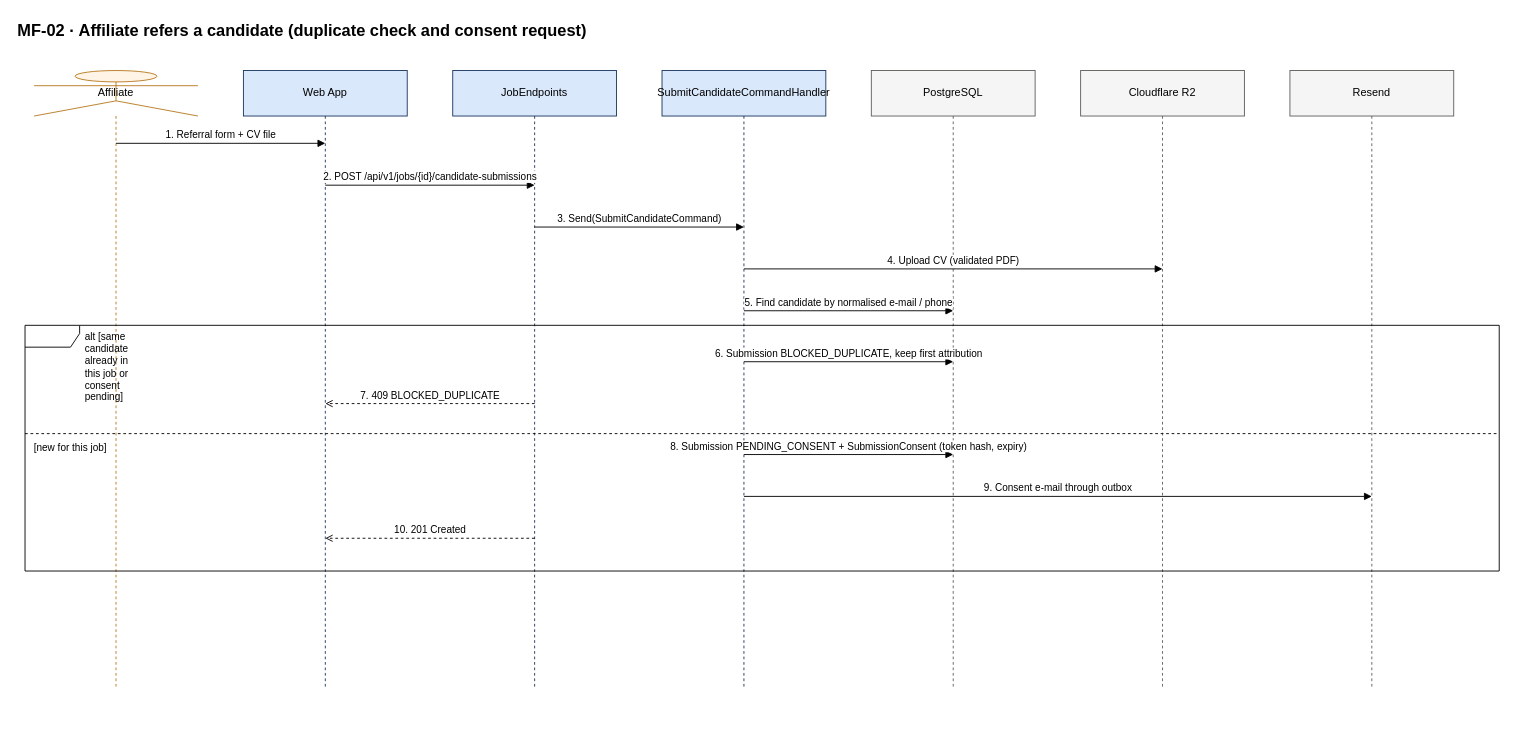
The draw.io diagram docs/diagrams/sequences/source/seq-mf02-affiliate-referral.drawio in hoangqui794/hr-connect, before the edit. Source tidied: cells renumbered, new cells numbered last; positions are measured from the earlier drawing's top-left corner, leaving out a move shared by most shapes. Both pictures are drawn from the tidied source at 91%, with x=0, y=0 at pixel (15, 15).
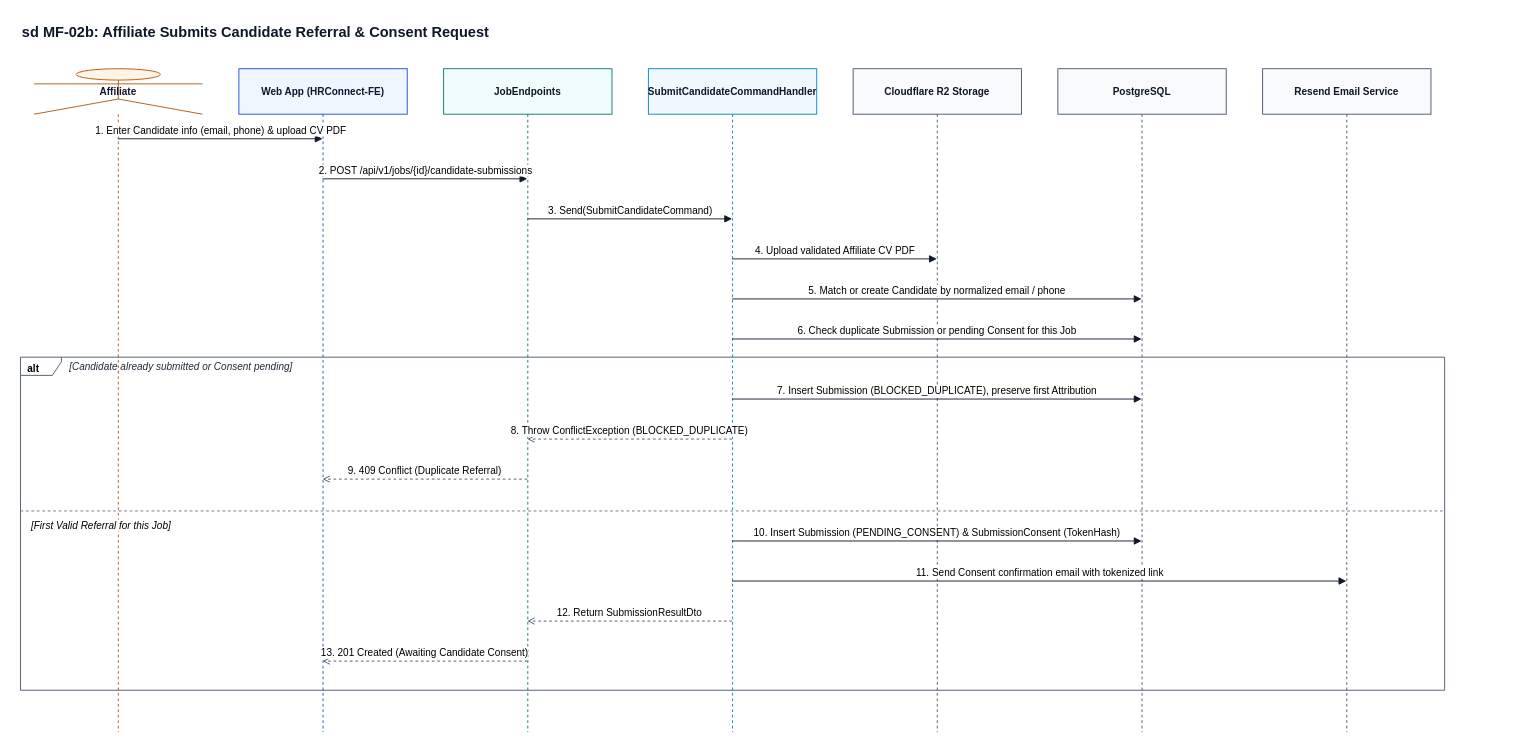
After the change.

Diff of the diagram source:
```diff
@@
-    <mxCell id="2" value="MF-02 · Affiliate refers a candidate (duplicate check and consent request)" style="text;html=1;fontSize=18;fontStyle=1;align=left;" parent="1" vertex="1">
-      <mxGeometry width="1650" height="30" as="geometry" />
+    <mxCell id="2" value="sd MF-02b: Affiliate Submits Candidate Referral &amp; Consent Request" style="text;html=1;fontSize=16;fontStyle=1;align=left;fontFamily=Helvetica;fontColor=#0F172A;" parent="1" vertex="1">
+      <mxGeometry x="5" y="2" width="1575" height="28" as="geometry" />
     </mxCell>
-    <mxCell id="3" value="Affiliate" style="shape=umlLifeline;participant=umlActor;perimeter=lifelinePerimeter;whiteSpace=wrap;html=1;size=50;fillColor=#FFF4E5;strokeColor=#B7791F;" parent="1" vertex="1">
-      <mxGeometry x="20" y="60" width="180" height="678" as="geometry" />
+    <mxCell id="3" value="Affiliate" style="shape=umlLifeline;participant=umlActor;perimeter=lifelinePerimeter;whiteSpace=wrap;html=1;size=50;fillColor=#FFF4E5;strokeColor=#B45309;fontStyle=1;fontSize=11;fontFamily=Helvetica;fontColor=#0F172A;" parent="1" vertex="1">
+      <mxGeometry x="20" y="58" width="185" height="729" as="geometry" />
     </mxCell>
-    <mxCell id="4" value="Web App" style="shape=umlLifeline;perimeter=lifelinePerimeter;whiteSpace=wrap;html=1;size=50;fillColor=#DAE8FC;strokeColor=#1B365D;" parent="1" vertex="1">
-      <mxGeometry x="250" y="60" width="180" height="678" as="geometry" />
+    <mxCell id="4" value="Web App (HRConnect-FE)" style="shape=umlLifeline;perimeter=lifelinePerimeter;whiteSpace=wrap;html=1;size=50;fillColor=#EFF6FF;strokeColor=#1D4ED8;fontStyle=1;fontSize=11;fontFamily=Helvetica;fontColor=#0F172A;" parent="1" vertex="1">
+      <mxGeometry x="245" y="58" width="185" height="729" as="geometry" />
     </mxCell>
-    <mxCell id="5" value="JobEndpoints" style="shape=umlLifeline;perimeter=lifelinePerimeter;whiteSpace=wrap;html=1;size=50;fillColor=#DAE8FC;strokeColor=#1B365D;" parent="1" vertex="1">
-      <mxGeometry x="480" y="60" width="180" height="678" as="geometry" />
+    <mxCell id="5" value="JobEndpoints" style="shape=umlLifeline;perimeter=lifelinePerimeter;whiteSpace=wrap;html=1;size=50;fillColor=#F0FDFA;strokeColor=#0F766E;fontStyle=1;fontSize=11;fontFamily=Helvetica;fontColor=#0F172A;" parent="1" vertex="1">
+      <mxGeometry x="470" y="58" width="185" height="729" as="geometry" />
     </mxCell>
-    <mxCell id="6" value="SubmitCandidateCommandHandler" style="shape=umlLifeline;perimeter=lifelinePerimeter;whiteSpace=wrap;html=1;size=50;fillColor=#DAE8FC;strokeColor=#1B365D;" parent="1" vertex="1">
-      <mxGeometry x="710" y="60" width="180" height="678" as="geometry" />
+    <mxCell id="6" value="SubmitCandidateCommandHandler" style="shape=umlLifeline;perimeter=lifelinePerimeter;whiteSpace=wrap;html=1;size=50;fillColor=#F0F9FF;strokeColor=#0284C7;fontStyle=1;fontSize=11;fontFamily=Helvetica;fontColor=#0F172A;" parent="1" vertex="1">
+      <mxGeometry x="695" y="58" width="185" height="729" as="geometry" />
     </mxCell>
+    <mxCell id="8" value="Cloudflare R2 Storage" style="shape=umlLifeline;perimeter=lifelinePerimeter;whiteSpace=wrap;html=1;size=50;fillColor=#F8FAFC;strokeColor=#475569;fontStyle=1;fontSize=11;fontFamily=Helvetica;fontColor=#0F172A;" parent="1" vertex="1">
+      <mxGeometry x="920" y="58" width="185" height="729" as="geometry" />
+    </mxCell>
-    <mxCell id="7" value="PostgreSQL" style="shape=umlLifeline;perimeter=lifelinePerimeter;whiteSpace=wrap;html=1;size=50;fillColor=#F5F5F5;strokeColor=#5F5E5A;" parent="1" vertex="1">
-      <mxGeometry x="940" y="60" width="180" height="678" as="geometry" />
+    <mxCell id="7" value="PostgreSQL" style="shape=umlLifeline;perimeter=lifelinePerimeter;whiteSpace=wrap;html=1;size=50;fillColor=#F8FAFC;strokeColor=#475569;fontStyle=1;fontSize=11;fontFamily=Helvetica;fontColor=#0F172A;" parent="1" vertex="1">
+      <mxGeometry x="1145" y="58" width="185" height="729" as="geometry" />
     </mxCell>
-    <mxCell id="8" value="Cloudflare R2" style="shape=umlLifeline;perimeter=lifelinePerimeter;whiteSpace=wrap;html=1;size=50;fillColor=#F5F5F5;strokeColor=#5F5E5A;" parent="1" vertex="1">
-      <mxGeometry x="1170" y="60" width="180" height="678" as="geometry" />
-    </mxCell>
-    <mxCell id="9" value="Resend" style="shape=umlLifeline;perimeter=lifelinePerimeter;whiteSpace=wrap;html=1;size=50;fillColor=#F5F5F5;strokeColor=#5F5E5A;" parent="1" vertex="1">
-      <mxGeometry x="1400" y="60" width="180" height="678" as="geometry" />
+    <mxCell id="9" value="Resend Email Service" style="shape=umlLifeline;perimeter=lifelinePerimeter;whiteSpace=wrap;html=1;size=50;fillColor=#F8FAFC;strokeColor=#475569;fontStyle=1;fontSize=11;fontFamily=Helvetica;fontColor=#0F172A;" parent="1" vertex="1">
+      <mxGeometry x="1370" y="58" width="185" height="729" as="geometry" />
     </mxCell>
-    <mxCell id="10" value="1. Referral form + CV file" style="html=1;verticalAlign=bottom;endArrow=block;endFill=1;fontSize=11;labelBackgroundColor=#FFFFFF;" parent="1" edge="1">
-      <mxGeometry relative="1" as="geometry">
-        <mxPoint x="110" y="140" as="sourcePoint" />
-        <mxPoint x="340" y="140" as="targetPoint" />
-      </mxGeometry>
-    </mxCell>
+    <mxCell id="22" value="alt" style="shape=umlFrame;whiteSpace=wrap;html=1;width=45;height=20;boundedLbl=1;verticalAlign=top;align=left;spacingLeft=6;fontStyle=1;fontSize=11;fontFamily=Helvetica;fillColor=none;strokeColor=#475569;" parent="1" vertex="1">
+      <mxGeometry x="5" y="375" width="1565" height="366" as="geometry" />
+    </mxCell>
+    <mxCell id="23" value="[Candidate already submitted or Consent pending]" style="text;html=1;align=left;verticalAlign=middle;fontStyle=2;fontSize=11;fontFamily=Helvetica;fontColor=#1E293B;" parent="1" vertex="1">
+      <mxGeometry x="57" y="376" width="450" height="20" as="geometry" />
+    </mxCell>
+    <mxCell id="24" value="[First Valid Referral for this Job]" style="line;strokeWidth=1;dashed=1;html=1;align=left;verticalAlign=top;spacingLeft=10;labelPosition=center;fontStyle=2;fontSize=11;fontFamily=Helvetica;fillColor=none;strokeColor=#64748B;labelBackgroundColor=#FFFFFF;" parent="1" vertex="1">
+      <mxGeometry x="5" y="539" width="1565" height="10" as="geometry" />
+    </mxCell>
+    <mxCell id="25" value="1. Enter Candidate info (email, phone) &amp; upload CV PDF" style="html=1;verticalAlign=bottom;endArrow=block;endFill=1;strokeColor=#0F172A;fontSize=11;fontFamily=Helvetica;labelBackgroundColor=#FFFFFF;" parent="1" edge="1">
+      <mxGeometry relative="1" as="geometry">
+        <mxPoint x="112" y="135" as="sourcePoint" />
+        <mxPoint x="337" y="135" as="targetPoint" />
+      </mxGeometry>
+    </mxCell>
-    <mxCell id="11" value="2. POST /api/v1/jobs/{id}/candidate-submissions" style="html=1;verticalAlign=bottom;endArrow=block;endFill=1;fontSize=11;labelBackgroundColor=#FFFFFF;" parent="1" edge="1">
+    <mxCell id="11" value="2. POST /api/v1/jobs/{id}/candidate-submissions" style="html=1;verticalAlign=bottom;endArrow=block;endFill=1;strokeColor=#0F172A;fontSize=11;fontFamily=Helvetica;labelBackgroundColor=#FFFFFF;" parent="1" edge="1">
       <mxGeometry relative="1" as="geometry">
-        <mxPoint x="340" y="186" as="sourcePoint" />
-        <mxPoint x="570" y="186" as="targetPoint" />
+        <mxPoint x="337" y="179" as="sourcePoint" />
+        <mxPoint x="562" y="179" as="targetPoint" />
       </mxGeometry>
     </mxCell>
-    <mxCell id="12" value="3. Send(SubmitCandidateCommand)" style="html=1;verticalAlign=bottom;endArrow=block;endFill=1;fontSize=11;labelBackgroundColor=#FFFFFF;" parent="1" edge="1">
+    <mxCell id="12" value="3. Send(SubmitCandidateCommand)" style="html=1;verticalAlign=bottom;endArrow=block;endFill=1;strokeColor=#0F172A;fontSize=11;fontFamily=Helvetica;labelBackgroundColor=#FFFFFF;" parent="1" edge="1">
       <mxGeometry relative="1" as="geometry">
-        <mxPoint x="570" y="232" as="sourcePoint" />
-        <mxPoint x="800" y="232" as="targetPoint" />
+        <mxPoint x="562" y="223" as="sourcePoint" />
+        <mxPoint x="787" y="223" as="targetPoint" />
       </mxGeometry>
     </mxCell>
-    <mxCell id="13" value="4. Upload CV (validated PDF)" style="html=1;verticalAlign=bottom;endArrow=block;endFill=1;fontSize=11;labelBackgroundColor=#FFFFFF;" parent="1" edge="1">
-      <mxGeometry relative="1" as="geometry">
-        <mxPoint x="800" y="278" as="sourcePoint" />
-        <mxPoint x="1260" y="278" as="targetPoint" />
-      </mxGeometry>
-    </mxCell>
-    <mxCell id="14" value="5. Find candidate by normalised e-mail / phone" style="html=1;verticalAlign=bottom;endArrow=block;endFill=1;fontSize=11;labelBackgroundColor=#FFFFFF;" parent="1" edge="1">
-      <mxGeometry relative="1" as="geometry">
-        <mxPoint x="800" y="324" as="sourcePoint" />
-        <mxPoint x="1030" y="324" as="targetPoint" />
-      </mxGeometry>
-    </mxCell>
-    <mxCell id="15" value="6. Submission BLOCKED_DUPLICATE, keep first attribution" style="html=1;verticalAlign=bottom;endArrow=block;endFill=1;fontSize=11;labelBackgroundColor=#FFFFFF;" parent="1" edge="1">
-      <mxGeometry relative="1" as="geometry">
-        <mxPoint x="800" y="380" as="sourcePoint" />
-        <mxPoint x="1030" y="380" as="targetPoint" />
-      </mxGeometry>
-    </mxCell>
-    <mxCell id="16" value="7. 409 BLOCKED_DUPLICATE" style="html=1;verticalAlign=bottom;dashed=1;endArrow=open;fontSize=11;labelBackgroundColor=#FFFFFF;" parent="1" edge="1">
-      <mxGeometry relative="1" as="geometry">
-        <mxPoint x="570" y="426" as="sourcePoint" />
-        <mxPoint x="340" y="426" as="targetPoint" />
-      </mxGeometry>
-    </mxCell>
-    <mxCell id="17" value="8. Submission PENDING_CONSENT + SubmissionConsent (token hash, expiry)" style="html=1;verticalAlign=bottom;endArrow=block;endFill=1;fontSize=11;labelBackgroundColor=#FFFFFF;" parent="1" edge="1">
-      <mxGeometry relative="1" as="geometry">
-        <mxPoint x="800" y="482" as="sourcePoint" />
-        <mxPoint x="1030" y="482" as="targetPoint" />
-      </mxGeometry>
-    </mxCell>
-    <mxCell id="18" value="9. Consent e-mail through outbox" style="html=1;verticalAlign=bottom;endArrow=block;endFill=1;fontSize=11;labelBackgroundColor=#FFFFFF;" parent="1" edge="1">
-      <mxGeometry relative="1" as="geometry">
-        <mxPoint x="800" y="528" as="sourcePoint" />
-        <mxPoint x="1490" y="528" as="targetPoint" />
-      </mxGeometry>
-    </mxCell>
-    <mxCell id="19" value="10. 201 Created" style="html=1;verticalAlign=bottom;dashed=1;endArrow=open;fontSize=11;labelBackgroundColor=#FFFFFF;" parent="1" edge="1">
-      <mxGeometry relative="1" as="geometry">
-        <mxPoint x="570" y="574" as="sourcePoint" />
-        <mxPoint x="340" y="574" as="targetPoint" />
-      </mxGeometry>
-    </mxCell>
-    <mxCell id="20" value="alt [same candidate already in this job or consent pending]" style="shape=umlFrame;whiteSpace=wrap;html=1;width=60;height=24;boundedLbl=1;verticalAlign=top;align=left;spacingLeft=64;fontSize=11;fillColor=none;" parent="1" vertex="1">
-      <mxGeometry x="10" y="340" width="1620" height="270" as="geometry" />
-    </mxCell>
-    <mxCell id="21" value="[new for this job]" style="line;strokeWidth=1;dashed=1;html=1;align=left;verticalAlign=top;spacingLeft=8;labelPosition=center;fontSize=11;fillColor=none;" parent="1" vertex="1">
-      <mxGeometry x="10" y="454" width="1620" height="10" as="geometry" />
-    </mxCell>
+    <mxCell id="26" value="4. Upload validated Affiliate CV PDF" style="html=1;verticalAlign=bottom;endArrow=block;endFill=1;strokeColor=#0F172A;fontSize=11;fontFamily=Helvetica;labelBackgroundColor=#FFFFFF;" parent="1" edge="1">
+      <mxGeometry relative="1" as="geometry">
+        <mxPoint x="787" y="267" as="sourcePoint" />
+        <mxPoint x="1012" y="267" as="targetPoint" />
+      </mxGeometry>
+    </mxCell>
+    <mxCell id="27" value="5. Match or create Candidate by normalized email / phone" style="html=1;verticalAlign=bottom;endArrow=block;endFill=1;strokeColor=#0F172A;fontSize=11;fontFamily=Helvetica;labelBackgroundColor=#FFFFFF;" parent="1" edge="1">
+      <mxGeometry relative="1" as="geometry">
+        <mxPoint x="787" y="311" as="sourcePoint" />
+        <mxPoint x="1237" y="311" as="targetPoint" />
+      </mxGeometry>
+    </mxCell>
+    <mxCell id="28" value="6. Check duplicate Submission or pending Consent for this Job" style="html=1;verticalAlign=bottom;endArrow=block;endFill=1;strokeColor=#0F172A;fontSize=11;fontFamily=Helvetica;labelBackgroundColor=#FFFFFF;" parent="1" edge="1">
+      <mxGeometry relative="1" as="geometry">
+        <mxPoint x="787" y="355" as="sourcePoint" />
+        <mxPoint x="1237" y="355" as="targetPoint" />
+      </mxGeometry>
+    </mxCell>
+    <mxCell id="29" value="7. Insert Submission (BLOCKED_DUPLICATE), preserve first Attribution" style="html=1;verticalAlign=bottom;endArrow=block;endFill=1;strokeColor=#0F172A;fontSize=11;fontFamily=Helvetica;labelBackgroundColor=#FFFFFF;" parent="1" edge="1">
+      <mxGeometry relative="1" as="geometry">
+        <mxPoint x="787" y="421" as="sourcePoint" />
+        <mxPoint x="1237" y="421" as="targetPoint" />
+      </mxGeometry>
+    </mxCell>
+    <mxCell id="30" value="8. Throw ConflictException (BLOCKED_DUPLICATE)" style="html=1;verticalAlign=bottom;dashed=1;endArrow=open;endFill=0;strokeColor=#475569;fontSize=11;fontFamily=Helvetica;labelBackgroundColor=#FFFFFF;" parent="1" edge="1">
+      <mxGeometry relative="1" as="geometry">
+        <mxPoint x="787" y="465" as="sourcePoint" />
+        <mxPoint x="562" y="465" as="targetPoint" />
+      </mxGeometry>
+    </mxCell>
+    <mxCell id="31" value="9. 409 Conflict (Duplicate Referral)" style="html=1;verticalAlign=bottom;dashed=1;endArrow=open;endFill=0;strokeColor=#475569;fontSize=11;fontFamily=Helvetica;labelBackgroundColor=#FFFFFF;" parent="1" edge="1">
+      <mxGeometry relative="1" as="geometry">
+        <mxPoint x="562" y="509" as="sourcePoint" />
+        <mxPoint x="337" y="509" as="targetPoint" />
+      </mxGeometry>
+    </mxCell>
+    <mxCell id="32" value="10. Insert Submission (PENDING_CONSENT) &amp; SubmissionConsent (TokenHash)" style="html=1;verticalAlign=bottom;endArrow=block;endFill=1;strokeColor=#0F172A;fontSize=11;fontFamily=Helvetica;labelBackgroundColor=#FFFFFF;" parent="1" edge="1">
+      <mxGeometry relative="1" as="geometry">
+        <mxPoint x="787" y="577" as="sourcePoint" />
+        <mxPoint x="1237" y="577" as="targetPoint" />
+      </mxGeometry>
+    </mxCell>
+    <mxCell id="33" value="11. Send Consent confirmation email with tokenized link" style="html=1;verticalAlign=bottom;endArrow=block;endFill=1;strokeColor=#0F172A;fontSize=11;fontFamily=Helvetica;labelBackgroundColor=#FFFFFF;" parent="1" edge="1">
+      <mxGeometry relative="1" as="geometry">
+        <mxPoint x="787" y="621" as="sourcePoint" />
+        <mxPoint x="1462" y="621" as="targetPoint" />
+      </mxGeometry>
+    </mxCell>
+    <mxCell id="34" value="12. Return SubmissionResultDto" style="html=1;verticalAlign=bottom;dashed=1;endArrow=open;endFill=0;strokeColor=#475569;fontSize=11;fontFamily=Helvetica;labelBackgroundColor=#FFFFFF;" parent="1" edge="1">
+      <mxGeometry relative="1" as="geometry">
+        <mxPoint x="787" y="665" as="sourcePoint" />
+        <mxPoint x="562" y="665" as="targetPoint" />
+      </mxGeometry>
+    </mxCell>
+    <mxCell id="35" value="13. 201 Created (Awaiting Candidate Consent)" style="html=1;verticalAlign=bottom;dashed=1;endArrow=open;endFill=0;strokeColor=#475569;fontSize=11;fontFamily=Helvetica;labelBackgroundColor=#FFFFFF;" parent="1" edge="1">
+      <mxGeometry relative="1" as="geometry">
+        <mxPoint x="562" y="709" as="sourcePoint" />
+        <mxPoint x="337" y="709" as="targetPoint" />
+      </mxGeometry>
+    </mxCell>
```
